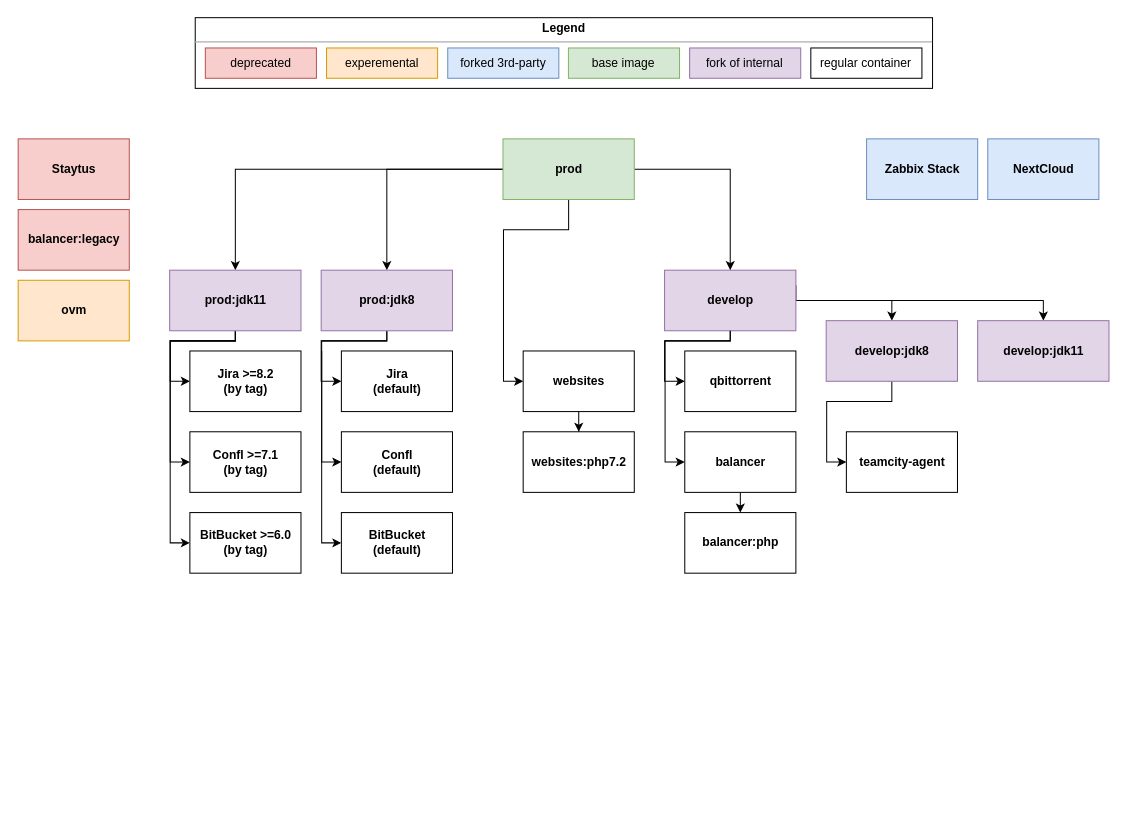
This is .github/docker-scripts.drawio from EpicMorg/docker, a draw.io file, before an edit. Source tidied: cells renumbered, new cells numbered last; positions are measured from the earlier drawing's top-left corner, leaving out a move shared by most shapes. Both pictures are drawn from the tidied source at 101%, with x=0, y=0 at pixel (18, 17).
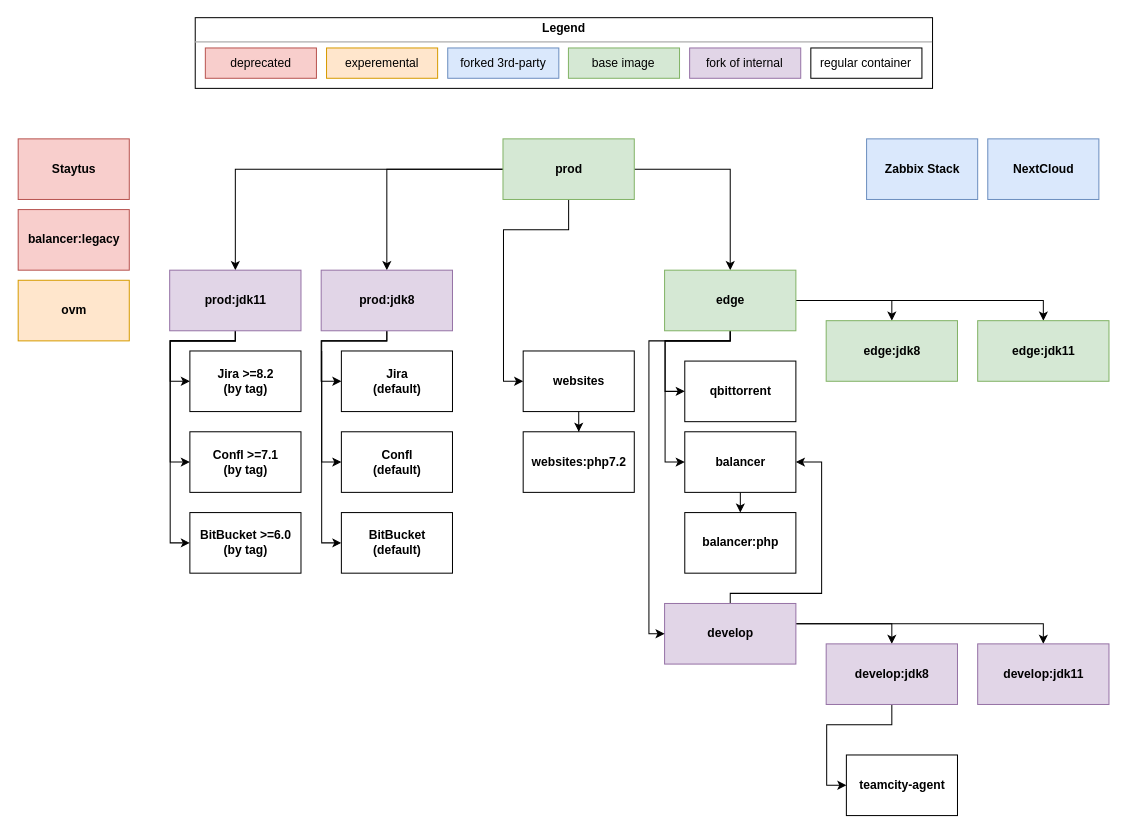
The same page after the edit.

Unchanged cells that the change refers to:
```xml
<mxCell id="10" value="&lt;span style=&quot;font-weight: 700 ; white-space: nowrap&quot;&gt;prod&lt;/span&gt;" style="whiteSpace=wrap;html=1;align=center;fillColor=#d5e8d4;strokeColor=#82b366;" parent="1" vertex="1">
  <mxGeometry x="479.5" y="120" width="130" height="60" as="geometry" />
</mxCell>
<mxCell id="21" value="&lt;span style=&quot;font-weight: 700 ; white-space: nowrap&quot;&gt;balancer&lt;/span&gt;" style="whiteSpace=wrap;html=1;align=center;verticalAlign=middle;" parent="1" vertex="1">
  <mxGeometry x="659.5" y="410" width="110" height="60" as="geometry" />
</mxCell>
```

What changed in the source:
```diff
@@
     <mxCell id="2" style="edgeStyle=orthogonalEdgeStyle;rounded=0;jettySize=auto;html=1;entryX=0.5;entryY=0;entryDx=0;entryDy=0;" parent="1" edge="1" source="5" target="18">
-      <mxGeometry relative="1" as="geometry" />
+      <mxGeometry relative="1" as="geometry">
+        <Array as="points">
+          <mxPoint x="864" y="600" />
+        </Array>
+      </mxGeometry>
     </mxCell>
-    <mxCell id="3" style="edgeStyle=orthogonalEdgeStyle;rounded=0;jettySize=auto;html=1;exitX=1;exitY=0.25;exitDx=0;exitDy=0;entryX=0.5;entryY=0;entryDx=0;entryDy=0;" parent="1" edge="1" source="5" target="17">
+    <mxCell id="3" style="edgeStyle=orthogonalEdgeStyle;rounded=0;jettySize=auto;html=1;entryX=0.5;entryY=0;entryDx=0;entryDy=0;" parent="1" edge="1" target="17">
       <mxGeometry relative="1" as="geometry">
+        <mxPoint x="770" y="600" as="sourcePoint" />
         <Array as="points">
-          <mxPoint x="769.5" y="280" />
-          <mxPoint x="1014.5" y="280" />
+          <mxPoint x="769.5" y="600" />
+          <mxPoint x="1014.5" y="600" />
         </Array>
       </mxGeometry>
     </mxCell>
-    <mxCell id="4" style="edgeStyle=orthogonalEdgeStyle;rounded=0;jettySize=auto;html=1;entryX=0;entryY=0.5;entryDx=0;entryDy=0;" parent="1" edge="1" source="5" target="28">
-      <mxGeometry relative="1" as="geometry">
-        <Array as="points">
-          <mxPoint x="704.5" y="320" />
-          <mxPoint x="639.5" y="320" />
-          <mxPoint x="639.5" y="360" />
-        </Array>
-      </mxGeometry>
-    </mxCell>
+    <mxCell id="19" style="edgeStyle=orthogonalEdgeStyle;rounded=0;jettySize=auto;html=1;entryX=1;entryY=0.5;entryDx=0;entryDy=0;exitX=0.5;exitY=0;exitDx=0;exitDy=0;" parent="1" edge="1" source="5" target="21">
+      <mxGeometry relative="1" as="geometry">
+        <Array as="points">
+          <mxPoint x="704" y="570" />
+          <mxPoint x="795" y="570" />
+          <mxPoint x="795" y="440" />
+        </Array>
+      </mxGeometry>
+    </mxCell>
     <mxCell id="5" value="&lt;span style=&quot;font-weight: 700 ; white-space: nowrap&quot;&gt;develop&lt;/span&gt;" style="whiteSpace=wrap;html=1;align=center;verticalAlign=middle;fillColor=#e1d5e7;strokeColor=#9673a6;" parent="1" vertex="1">
-      <mxGeometry x="639.5" y="250" width="130" height="60" as="geometry" />
+      <mxGeometry x="639.5" y="580" width="130" height="60" as="geometry" />
     </mxCell>
-    <mxCell id="6" style="edgeStyle=orthogonalEdgeStyle;rounded=0;jettySize=auto;html=1;entryX=0.5;entryY=0;entryDx=0;entryDy=0;" parent="1" edge="1" source="10" target="5">
+    <mxCell id="6" style="edgeStyle=orthogonalEdgeStyle;rounded=0;jettySize=auto;html=1;entryX=0.5;entryY=0;entryDx=0;entryDy=0;" parent="1" edge="1" source="10" target="55">
       <mxGeometry relative="1" as="geometry" />
     </mxCell>
@@
     <mxCell id="15" value="&lt;span style=&quot;white-space: nowrap&quot;&gt;&lt;b&gt;teamcity-agent&lt;/b&gt;&lt;/span&gt;" style="whiteSpace=wrap;html=1;align=center;verticalAlign=middle;" parent="1" vertex="1">
-      <mxGeometry x="819.5" y="410" width="110" height="60" as="geometry" />
+      <mxGeometry x="819.5" y="730" width="110" height="60" as="geometry" />
     </mxCell>
     <mxCell id="16" style="edgeStyle=orthogonalEdgeStyle;rounded=0;jettySize=auto;html=1;exitX=0.5;exitY=1;exitDx=0;exitDy=0;entryX=0;entryY=0.5;entryDx=0;entryDy=0;" parent="1" edge="1" source="18" target="15">
       <mxGeometry relative="1" as="geometry">
         <Array as="points">
-          <mxPoint x="865" y="380" />
-          <mxPoint x="800" y="380" />
-          <mxPoint x="800" y="440" />
+          <mxPoint x="865" y="700" />
+          <mxPoint x="800" y="700" />
+          <mxPoint x="800" y="760" />
         </Array>
       </mxGeometry>
     </mxCell>
     <mxCell id="17" value="&lt;span style=&quot;font-weight: 700 ; white-space: nowrap&quot;&gt;develop&lt;/span&gt;&lt;span style=&quot;font-weight: 700 ; white-space: nowrap&quot;&gt;:jdk11&lt;/span&gt;" style="whiteSpace=wrap;html=1;align=center;verticalAlign=middle;fillColor=#e1d5e7;strokeColor=#9673a6;" parent="1" vertex="1">
-      <mxGeometry x="949.5" y="300" width="130" height="60" as="geometry" />
+      <mxGeometry x="949.5" y="620" width="130" height="60" as="geometry" />
     </mxCell>
     <mxCell id="18" value="&lt;span style=&quot;font-weight: 700 ; white-space: nowrap&quot;&gt;develop:jdk8&lt;/span&gt;" style="whiteSpace=wrap;html=1;align=center;verticalAlign=middle;fillColor=#e1d5e7;strokeColor=#9673a6;" parent="1" vertex="1">
-      <mxGeometry x="799.5" y="300" width="130" height="60" as="geometry" />
+      <mxGeometry x="799.5" y="620" width="130" height="60" as="geometry" />
     </mxCell>
-    <mxCell id="19" style="edgeStyle=orthogonalEdgeStyle;rounded=0;jettySize=auto;html=1;entryX=0;entryY=0.5;entryDx=0;entryDy=0;exitX=0.5;exitY=1;exitDx=0;exitDy=0;" parent="1" edge="1" source="5" target="21">
-      <mxGeometry relative="1" as="geometry">
-        <Array as="points">
-          <mxPoint x="705" y="320" />
-          <mxPoint x="640" y="320" />
-          <mxPoint x="640" y="440" />
-        </Array>
-      </mxGeometry>
-    </mxCell>
@@
     <mxCell id="28" value="&lt;span style=&quot;white-space: nowrap&quot;&gt;&lt;b&gt;qbittorrent&lt;/b&gt;&lt;/span&gt;" style="whiteSpace=wrap;html=1;align=center;verticalAlign=middle;" parent="1" vertex="1">
-      <mxGeometry x="659.5" y="330" width="110" height="60" as="geometry" />
+      <mxGeometry x="659.5" y="340" width="110" height="60" as="geometry" />
     </mxCell>
@@
+    <mxCell id="50" style="edgeStyle=orthogonalEdgeStyle;rounded=0;jettySize=auto;html=1;entryX=0.5;entryY=0;entryDx=0;entryDy=0;" parent="1" edge="1" source="55" target="57">
+      <mxGeometry relative="1" as="geometry" />
+    </mxCell>
+    <mxCell id="51" style="edgeStyle=orthogonalEdgeStyle;rounded=0;jettySize=auto;html=1;entryX=0.5;entryY=0;entryDx=0;entryDy=0;" parent="1" edge="1" target="56">
+      <mxGeometry relative="1" as="geometry">
+        <mxPoint x="770" y="280" as="sourcePoint" />
+        <Array as="points">
+          <mxPoint x="769.5" y="280" />
+          <mxPoint x="1014.5" y="280" />
+        </Array>
+      </mxGeometry>
+    </mxCell>
+    <mxCell id="52" style="edgeStyle=orthogonalEdgeStyle;rounded=0;jettySize=auto;html=1;entryX=0;entryY=0.5;entryDx=0;entryDy=0;" parent="1" edge="1" source="55" target="28">
+      <mxGeometry relative="1" as="geometry">
+        <Array as="points">
+          <mxPoint x="704" y="320" />
+          <mxPoint x="640" y="320" />
+          <mxPoint x="640" y="370" />
+        </Array>
+      </mxGeometry>
+    </mxCell>
+    <mxCell id="53" style="edgeStyle=orthogonalEdgeStyle;rounded=0;jettySize=auto;html=1;entryX=0;entryY=0.5;entryDx=0;entryDy=0;" parent="1" edge="1" source="55" target="21">
+      <mxGeometry relative="1" as="geometry">
+        <Array as="points">
+          <mxPoint x="704" y="320" />
+          <mxPoint x="640" y="320" />
+          <mxPoint x="640" y="440" />
+        </Array>
+      </mxGeometry>
+    </mxCell>
+    <mxCell id="54" style="edgeStyle=orthogonalEdgeStyle;rounded=0;jettySize=auto;html=1;entryX=0;entryY=0.5;entryDx=0;entryDy=0;" parent="1" edge="1" source="55" target="5">
+      <mxGeometry relative="1" as="geometry">
+        <Array as="points">
+          <mxPoint x="704" y="320" />
+          <mxPoint x="624" y="320" />
+          <mxPoint x="624" y="610" />
+        </Array>
+      </mxGeometry>
+    </mxCell>
+    <mxCell id="55" value="&lt;span style=&quot;font-weight: 700 ; white-space: nowrap&quot;&gt;edge&lt;/span&gt;" style="whiteSpace=wrap;html=1;align=center;verticalAlign=middle;fillColor=#d5e8d4;strokeColor=#82b366;" parent="1" vertex="1">
+      <mxGeometry x="639.5" y="250" width="130" height="60" as="geometry" />
+    </mxCell>
+    <mxCell id="56" value="&lt;span style=&quot;font-weight: 700 ; white-space: nowrap&quot;&gt;edge&lt;/span&gt;&lt;span style=&quot;font-weight: 700 ; white-space: nowrap&quot;&gt;:jdk11&lt;/span&gt;" style="whiteSpace=wrap;html=1;align=center;verticalAlign=middle;fillColor=#d5e8d4;strokeColor=#82b366;" parent="1" vertex="1">
+      <mxGeometry x="949.5" y="300" width="130" height="60" as="geometry" />
+    </mxCell>
+    <mxCell id="57" value="&lt;span style=&quot;font-weight: 700 ; white-space: nowrap&quot;&gt;edge&lt;/span&gt;&lt;span style=&quot;font-weight: 700 ; white-space: nowrap&quot;&gt;:jdk8&lt;/span&gt;" style="whiteSpace=wrap;html=1;align=center;verticalAlign=middle;fillColor=#d5e8d4;strokeColor=#82b366;" parent="1" vertex="1">
+      <mxGeometry x="799.5" y="300" width="130" height="60" as="geometry" />
+    </mxCell>
```
